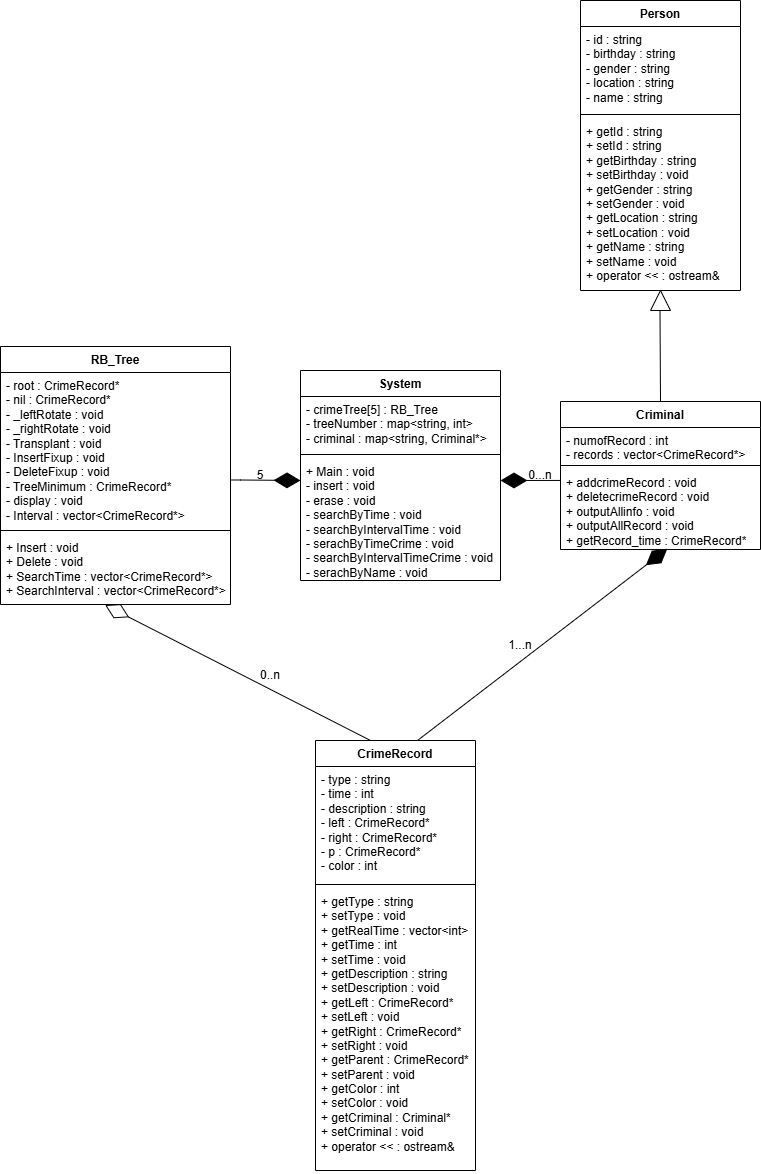
Before: UML/CrimeRecordSystem_UML.drawio.png, a diagram exported from draw.io (yankai-lu/OOP-criminal-record-system). Source tidied: cells renumbered, new cells last; positions are measured from the earlier drawing's top-left corner, leaving out a move shared by most shapes.
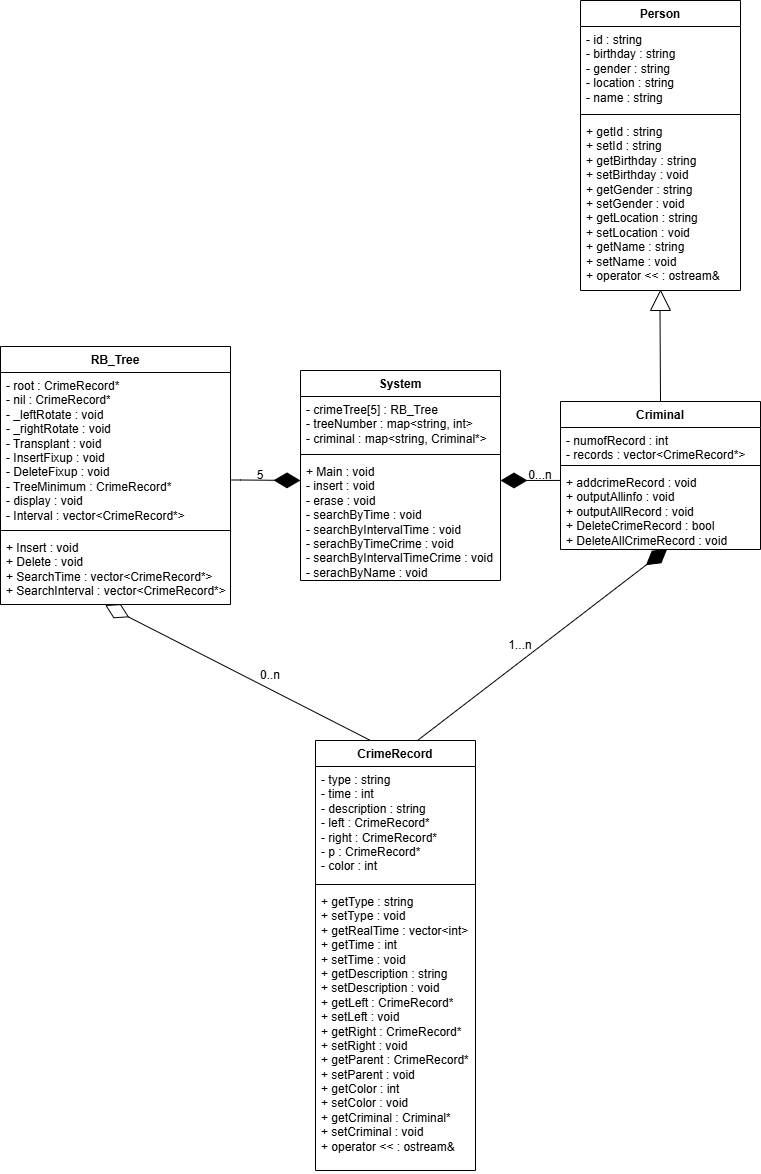
Later version of the same file.

Diff of the diagram source:
```diff
@@ -35,7 +35,7 @@
     <mxCell id="12" style="line;strokeWidth=1;fillColor=none;align=left;verticalAlign=middle;spacingTop=-1;spacingLeft=3;spacingRight=3;labelPosition=right;strokeColor=inherit;" parent="10" vertex="1">
       <mxGeometry y="60" width="200" height="8" as="geometry" />
     </mxCell>
-    <mxCell id="13" value="+ addcrimeRecord : void&lt;div&gt;+ deletecrimeRecord : void&lt;/div&gt;&lt;div&gt;+ outputAllinfo : void&lt;/div&gt;&lt;div&gt;+ outputAllRecord : void&lt;/div&gt;&lt;div&gt;+ getRecord_time : CrimeRecord*&lt;/div&gt;" style="text;strokeColor=none;fillColor=none;align=left;verticalAlign=top;spacingLeft=4;spacingRight=4;overflow=hidden;points=[[0,0.5],[1,0.5]];portConstraint=eastwest;whiteSpace=wrap;html=1;" parent="10" vertex="1">
+    <mxCell id="13" value="+ addcrimeRecord : void&lt;div&gt;&lt;span style=&quot;background-color: initial;&quot;&gt;+ outputAllinfo : void&lt;/span&gt;&lt;/div&gt;&lt;div&gt;+ outputAllRecord : void&lt;/div&gt;&lt;div&gt;+ DeleteCrimeRecord : bool&lt;/div&gt;&lt;div&gt;+&amp;nbsp;DeleteAllCrimeRecord : void&lt;/div&gt;" style="text;strokeColor=none;fillColor=none;align=left;verticalAlign=top;spacingLeft=4;spacingRight=4;overflow=hidden;points=[[0,0.5],[1,0.5]];portConstraint=eastwest;whiteSpace=wrap;html=1;" parent="10" vertex="1">
       <mxGeometry y="68" width="200" height="80" as="geometry" />
     </mxCell>
     <mxCell id="14" value="Person" style="swimlane;fontStyle=1;align=center;verticalAlign=top;horizontal=1;startSize=26;whiteSpace=wrap;html=1;" parent="1" vertex="1">
```
